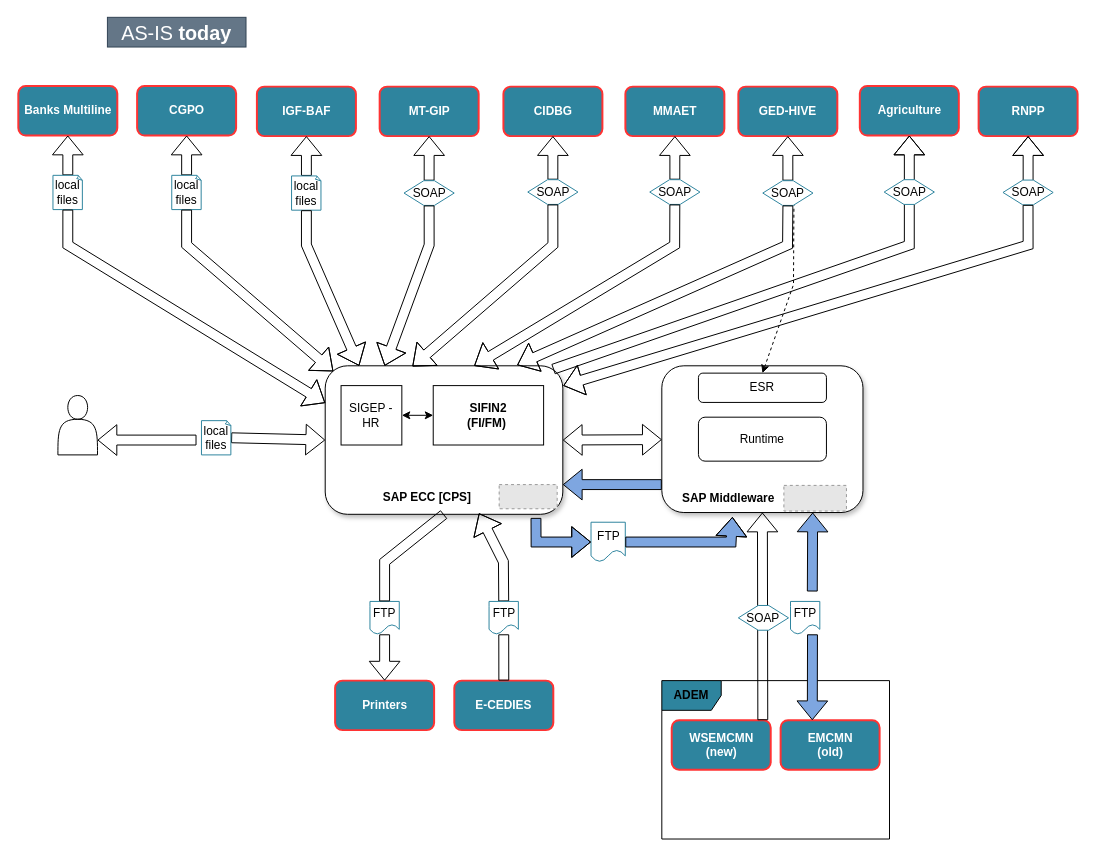
This is page "AsIs-Today" (1 of 3) of my_diagram.drawio from efelman/my_diagrams, a draw.io file, before an edit. Source tidied: cells renumbered, new cells numbered last; positions are measured from the earlier drawing's top-left corner, leaving out a move shared by most shapes. Both pictures are drawn from the tidied source at 99%, with x=0, y=0 at pixel (18, 17). Pictures stored in the file or linked from it are replaced by grey dashed boxes.
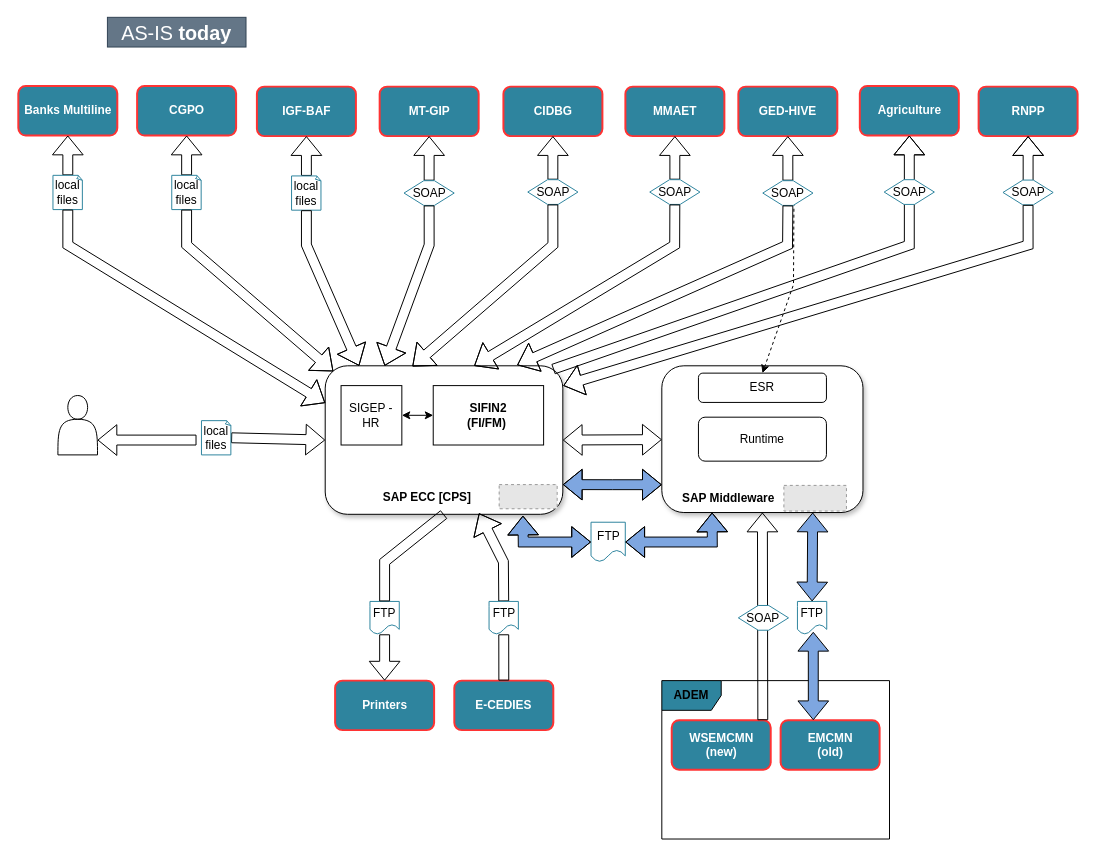
The same page after the edit.

The change refers to these unchanged cells:
```xml
<mxCell id="3" style="group;" parent="1" vertex="1">
  <mxGeometry x="310" y="250" width="550" height="250.2" as="geometry" />
</mxCell>
<mxCell id="5" style="rounded=1;whiteSpace=wrap;html=1;shadow=1;" parent="4" vertex="1">
  <mxGeometry width="203.2" height="148.2" as="geometry" />
</mxCell>
<mxCell id="15" style="rounded=1;whiteSpace=wrap;html=1;shadow=1;glass=0;sketch=0;" parent="14" vertex="1">
  <mxGeometry width="240" height="150" as="geometry" />
</mxCell>
<mxCell id="71" value="FTP" style="shape=document;whiteSpace=wrap;html=1;boundedLbl=1;fillColor=#FFFFFF;strokeColor=#2E849E;" parent="1" vertex="1">
  <mxGeometry x="578.5" y="510" width="34.6" height="40" as="geometry" />
</mxCell>
```

Diff of the diagram source:
```diff
@@
-    <mxCell id="10" style="shape=flexArrow;endArrow=classic;html=1;rounded=0;fontColor=#FFFFFF;fillColor=#7EA6E0;" parent="3" edge="1">
-      <mxGeometry relative="1" as="geometry">
-        <mxPoint x="340" y="222" as="sourcePoint" />
-        <mxPoint x="240" y="222" as="targetPoint" />
-      </mxGeometry>
-    </mxCell>
+    <mxCell id="79" style="shape=flexArrow;endArrow=classic;startArrow=classic;html=1;rounded=0;shadow=0;sketch=0;fontSize=12;fontColor=#FFFF66;strokeColor=default;fillColor=#7EA6E0;labelBackgroundColor=#63AAE0;exitX=1;exitY=0.5;exitDx=0;exitDy=0;" parent="3" edge="1">
+      <mxGeometry relative="1" as="geometry">
+        <mxPoint x="240" y="222" as="sourcePoint" />
+        <mxPoint x="340" y="222.1" as="targetPoint" />
+        <Array as="points">
+          <mxPoint x="290" y="222.1" />
+        </Array>
+      </mxGeometry>
+    </mxCell>
@@
-    <mxCell id="72" style="shape=flexArrow;endArrow=classic;html=1;rounded=0;fontColor=#FFFFFF;fillColor=#7EA6E0;exitX=0.887;exitY=1.024;exitDx=0;exitDy=0;exitPerimeter=0;entryX=0;entryY=0.5;entryDx=0;entryDy=0;" parent="1" edge="1" source="15" target="71">
-      <mxGeometry relative="1" as="geometry">
-        <Array as="points">
-          <mxPoint x="523" y="530" />
-        </Array>
-      </mxGeometry>
-    </mxCell>
-    <mxCell id="73" style="shape=flexArrow;endArrow=classic;html=1;rounded=0;fontColor=#FFFFFF;fillColor=#7EA6E0;exitX=1;exitY=0.5;exitDx=0;exitDy=0;entryX=0.351;entryY=1.03;entryDx=0;entryDy=0;entryPerimeter=0;" parent="1" edge="1" source="71" target="5">
-      <mxGeometry relative="1" as="geometry">
-        <Array as="points">
-          <mxPoint x="720" y="530" />
-        </Array>
-      </mxGeometry>
-    </mxCell>
-    <mxCell id="74" style="shape=flexArrow;endArrow=classic;startArrow=none;html=1;rounded=0;fontColor=#FFFFFF;fillColor=#7EA6E0;entryX=0.75;entryY=1;entryDx=0;entryDy=0;" parent="1" edge="1" target="5">
-      <mxGeometry relative="1" as="geometry">
-        <mxPoint x="802" y="580" as="sourcePoint" />
-      </mxGeometry>
-    </mxCell>
     <mxCell id="75" value="FTP" style="shape=document;whiteSpace=wrap;html=1;boundedLbl=1;fillColor=#FFFFFF;strokeColor=#2E849E;" parent="1" vertex="1">
-      <mxGeometry x="780" y="590" width="29.6" height="33.2" as="geometry" />
+      <mxGeometry x="787" y="590" width="29.6" height="33.2" as="geometry" />
     </mxCell>
-    <mxCell id="76" style="shape=flexArrow;endArrow=none;startArrow=classic;html=1;rounded=0;fontColor=#FFFFFF;fillColor=#7EA6E0;entryX=0.75;entryY=1;entryDx=0;entryDy=0;" parent="1" edge="1" target="75">
-      <mxGeometry relative="1" as="geometry">
-        <mxPoint x="802" y="710" as="sourcePoint" />
-      </mxGeometry>
-    </mxCell>
@@
+    <mxCell id="73" style="shape=flexArrow;endArrow=classic;startArrow=classic;html=1;rounded=0;shadow=0;sketch=0;fontSize=12;fontColor=#FFFF66;strokeColor=default;fillColor=#7EA6E0;labelBackgroundColor=#63AAE0;entryX=0.25;entryY=1;entryDx=0;entryDy=0;exitX=1;exitY=0.5;exitDx=0;exitDy=0;" parent="1" edge="1" source="71" target="5">
+      <mxGeometry relative="1" as="geometry">
+        <Array as="points">
+          <mxPoint x="701" y="530" />
+        </Array>
+      </mxGeometry>
+    </mxCell>
+    <mxCell id="72" style="shape=flexArrow;endArrow=classic;startArrow=classic;html=1;rounded=0;shadow=0;sketch=0;fontSize=12;fontColor=#FFFF66;strokeColor=default;fillColor=#7EA6E0;labelBackgroundColor=#63AAE0;entryX=0;entryY=0.5;entryDx=0;entryDy=0;exitX=0.832;exitY=1.009;exitDx=0;exitDy=0;exitPerimeter=0;" parent="1" edge="1" source="15" target="71">
+      <mxGeometry relative="1" as="geometry">
+        <Array as="points">
+          <mxPoint x="510" y="530" />
+        </Array>
+      </mxGeometry>
+    </mxCell>
+    <mxCell id="80" style="shape=flexArrow;endArrow=classic;startArrow=classic;html=1;rounded=0;shadow=0;labelBackgroundColor=#63AAE0;sketch=0;fontSize=12;fontColor=#FFFF66;strokeColor=default;fillColor=#7EA6E0;exitX=0.5;exitY=0;exitDx=0;exitDy=0;entryX=0.75;entryY=1;entryDx=0;entryDy=0;" parent="1" edge="1" source="75" target="5">
+      <mxGeometry relative="1" as="geometry" />
+    </mxCell>
+    <mxCell id="81" style="shape=flexArrow;endArrow=classic;startArrow=classic;html=1;rounded=0;shadow=0;labelBackgroundColor=#63AAE0;sketch=0;fontSize=12;fontColor=#FFFF66;strokeColor=default;fillColor=#7EA6E0;entryX=0.54;entryY=0.925;entryDx=0;entryDy=0;entryPerimeter=0;" parent="1" edge="1" target="75">
+      <mxGeometry relative="1" as="geometry">
+        <mxPoint x="803" y="710" as="sourcePoint" />
+      </mxGeometry>
+    </mxCell>
```
